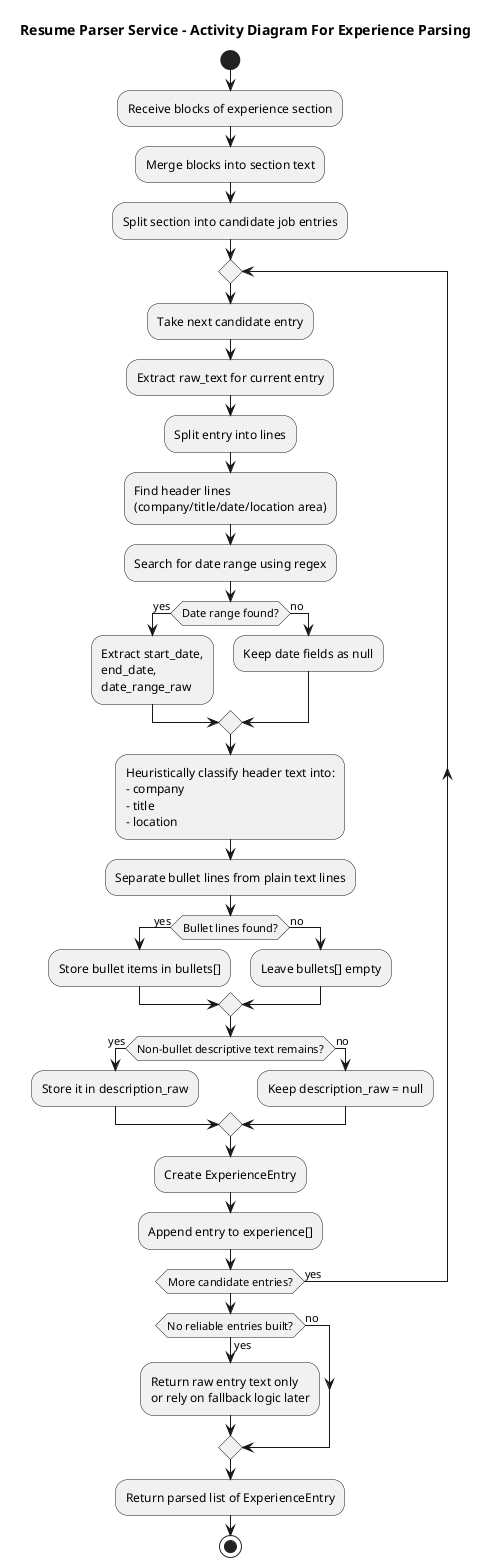
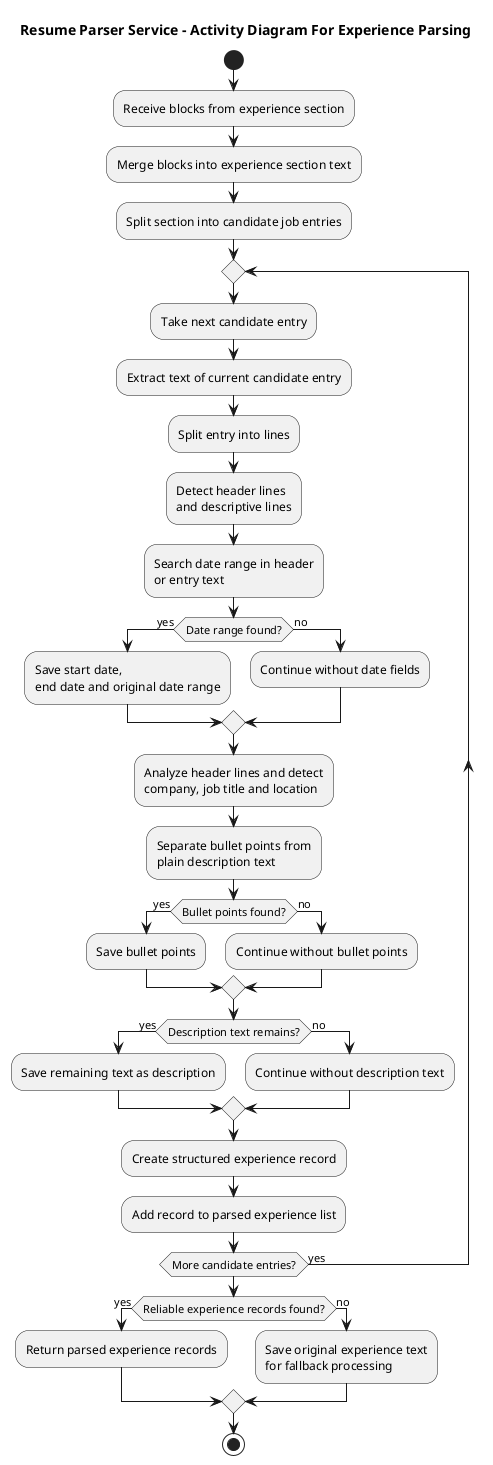
@startuml
title Resume Parser Service - Activity Diagram For Experience Parsing

start

- :Receive blocks of experience section;
- :Merge blocks into section text;
+ :Receive blocks from experience section;
+ :Merge blocks into experience section text;
:Split section into candidate job entries;

repeat
  :Take next candidate entry;
-   :Extract raw_text for current entry;
+   :Extract text of current candidate entry;
  :Split entry into lines;
-   :Find header lines\n(company/title/date/location area);
+   :Detect header lines\nand descriptive lines;

-   :Search for date range using regex;
+   :Search date range in header\nor entry text;

  if (Date range found?) then (yes)
-     :Extract start_date,\nend_date,\ndate_range_raw;
+     :Save start date,\nend date and original date range;
  else (no)
-     :Keep date fields as null;
+     :Continue without date fields;
  endif

-   :Heuristically classify header text into:
-   - company
-   - title
-   - location;
+   :Analyze header lines and detect\ncompany, job title and location;

-   :Separate bullet lines from plain text lines;
+   :Separate bullet points from\nplain description text;

-   if (Bullet lines found?) then (yes)
-     :Store bullet items in bullets[];
+   if (Bullet points found?) then (yes)
+     :Save bullet points;
  else (no)
-     :Leave bullets[] empty;
+     :Continue without bullet points;
  endif

-   if (Non-bullet descriptive text remains?) then (yes)
-     :Store it in description_raw;
+   if (Description text remains?) then (yes)
+     :Save remaining text as description;
  else (no)
-     :Keep description_raw = null;
+     :Continue without description text;
  endif

-   :Create ExperienceEntry;
-   :Append entry to experience[];
+   :Create structured experience record;
+   :Add record to parsed experience list;

repeat while (More candidate entries?) is (yes)

- if (No reliable entries built?) then (yes)
-   :Return raw entry text only\nor rely on fallback logic later;
+ if (Reliable experience records found?) then (yes)
+   :Return parsed experience records;
else (no)
+   :Save original experience text\nfor fallback processing;
endif

- :Return parsed list of ExperienceEntry;
stop
@enduml
